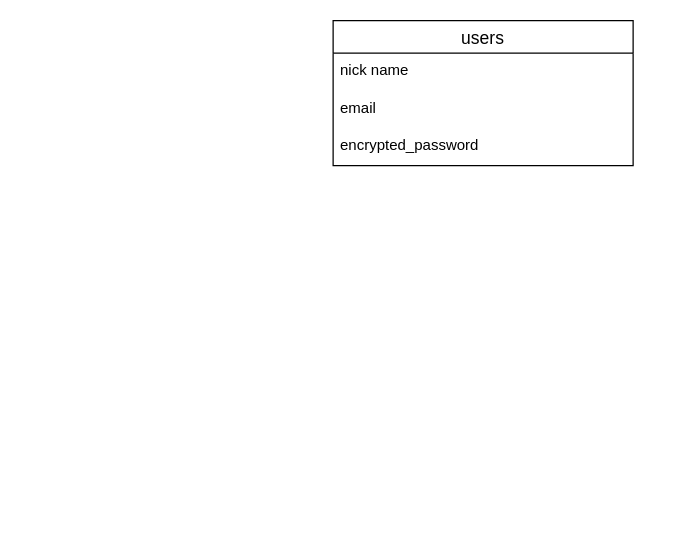
The draw.io diagram smart.dio in taki39384/smart_connect, before the edit. Source tidied: cells renumbered, new cells numbered last; positions are measured from the earlier drawing's top-left corner, leaving out a move shared by most shapes. Both pictures are drawn from the tidied source at 125%, with x=0, y=0 at pixel (332, 20).
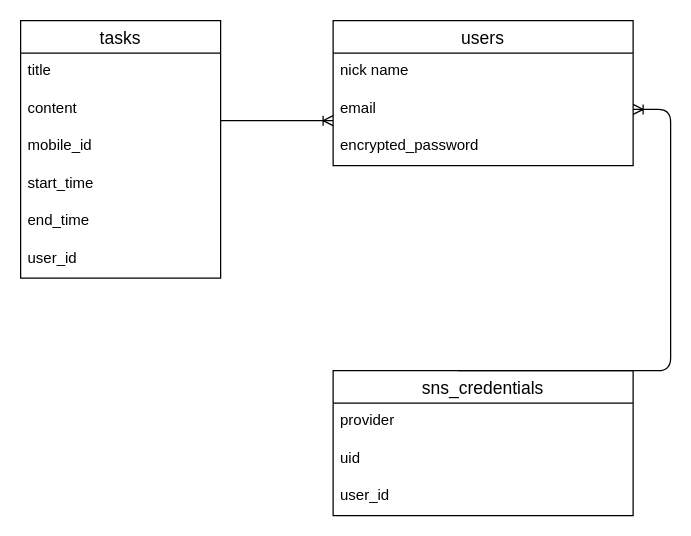
Above is the later version.

Commit message (it also covers changes not shown here):
データベース設計

Unchanged cells that the change refers to:
```xml
<mxCell id="4" value="email" style="text;strokeColor=none;fillColor=none;spacingLeft=4;spacingRight=4;overflow=hidden;points=[[0,0.5],[1,0.5]];portConstraint=eastwest;fontSize=12;" parent="2" vertex="1">
  <mxGeometry y="56" width="240" height="30" as="geometry" />
</mxCell>
```

Change to the diagram source:
```diff
@@
+    <mxCell id="6" value="sns_credentials" style="swimlane;fontStyle=0;horizontal=1;startSize=26;align=center;fontSize=14;" parent="1" vertex="1">
+      <mxGeometry y="280" width="240" height="116" as="geometry" />
+    </mxCell>
+    <mxCell id="7" value="provider" style="text;strokeColor=none;fillColor=none;spacingLeft=4;spacingRight=4;overflow=hidden;fontSize=12;" parent="6" vertex="1">
+      <mxGeometry y="26" width="240" height="30" as="geometry" />
+    </mxCell>
+    <mxCell id="8" value="uid" style="text;strokeColor=none;fillColor=none;spacingLeft=4;spacingRight=4;overflow=hidden;fontSize=12;" parent="6" vertex="1">
+      <mxGeometry y="56" width="240" height="30" as="geometry" />
+    </mxCell>
+    <mxCell id="9" value="user_id" style="text;strokeColor=none;fillColor=none;spacingLeft=4;spacingRight=4;overflow=hidden;fontSize=12;" parent="6" vertex="1">
+      <mxGeometry y="86" width="240" height="30" as="geometry" />
+    </mxCell>
+    <mxCell id="10" style="edgeStyle=entityRelationEdgeStyle;fontSize=12;html=1;endArrow=ERoneToMany;" parent="1" edge="1" target="4">
+      <mxGeometry relative="1" as="geometry">
+        <mxPoint x="100" y="280" as="sourcePoint" />
+      </mxGeometry>
+    </mxCell>
+    <mxCell id="11" value="tasks" style="swimlane;fontStyle=0;horizontal=1;startSize=26;align=center;fontSize=14;" parent="1" vertex="1">
+      <mxGeometry x="-250" width="160" height="206" as="geometry" />
+    </mxCell>
+    <mxCell id="12" value="title" style="text;strokeColor=none;fillColor=none;spacingLeft=4;spacingRight=4;overflow=hidden;fontSize=12;" parent="11" vertex="1">
+      <mxGeometry y="26" width="160" height="30" as="geometry" />
+    </mxCell>
+    <mxCell id="13" value="content" style="text;strokeColor=none;fillColor=none;spacingLeft=4;spacingRight=4;overflow=hidden;fontSize=12;" parent="11" vertex="1">
+      <mxGeometry y="56" width="160" height="30" as="geometry" />
+    </mxCell>
+    <mxCell id="14" value="mobile_id" style="text;strokeColor=none;fillColor=none;spacingLeft=4;spacingRight=4;overflow=hidden;fontSize=12;" parent="11" vertex="1">
+      <mxGeometry y="86" width="160" height="30" as="geometry" />
+    </mxCell>
+    <mxCell id="15" value="start_time" style="text;strokeColor=none;fillColor=none;spacingLeft=4;spacingRight=4;overflow=hidden;fontSize=12;" parent="11" vertex="1">
+      <mxGeometry y="116" width="160" height="30" as="geometry" />
+    </mxCell>
+    <mxCell id="16" value="end_time " style="text;strokeColor=none;fillColor=none;spacingLeft=4;spacingRight=4;overflow=hidden;fontSize=12;" parent="11" vertex="1">
+      <mxGeometry y="146" width="160" height="30" as="geometry" />
+    </mxCell>
+    <mxCell id="17" value="user_id" style="text;strokeColor=none;fillColor=none;spacingLeft=4;spacingRight=4;overflow=hidden;fontSize=12;" parent="11" vertex="1">
+      <mxGeometry y="176" width="160" height="30" as="geometry" />
+    </mxCell>
+    <mxCell id="18" style="edgeStyle=entityRelationEdgeStyle;fontSize=12;html=1;endArrow=ERoneToMany;entryX=0;entryY=0.8;entryDx=0;entryDy=0;entryPerimeter=0;" parent="1" edge="1" target="4">
+      <mxGeometry relative="1" as="geometry">
+        <mxPoint x="-90" y="80" as="sourcePoint" />
+      </mxGeometry>
+    </mxCell>
```
